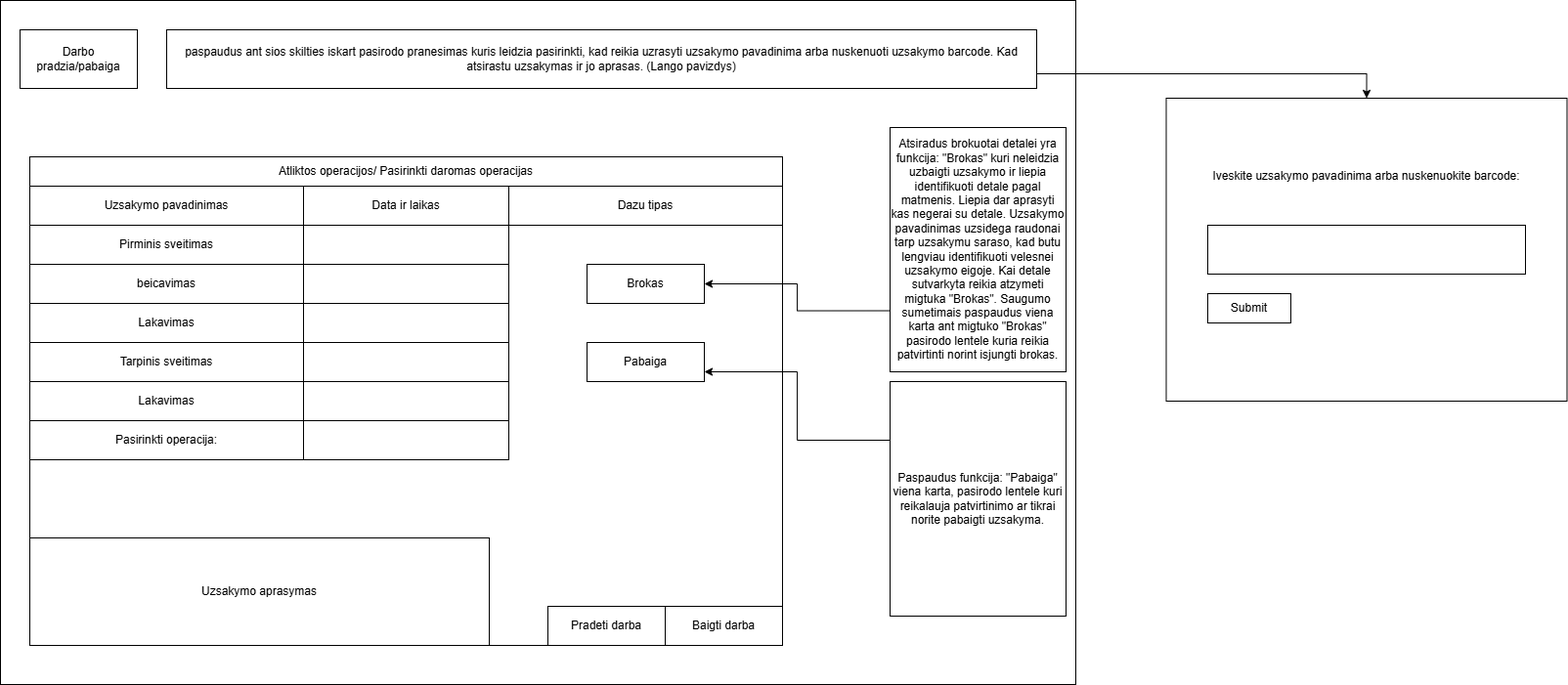
EdvinasAntanaitis/BaigiamasisDarbas keeps this draw.io diagram as WorkStartEnd.png. Above is the earlier version. Source tidied: cells renumbered, new cells last; positions are measured from the earlier drawing's top-left corner, leaving out a move shared by most shapes.
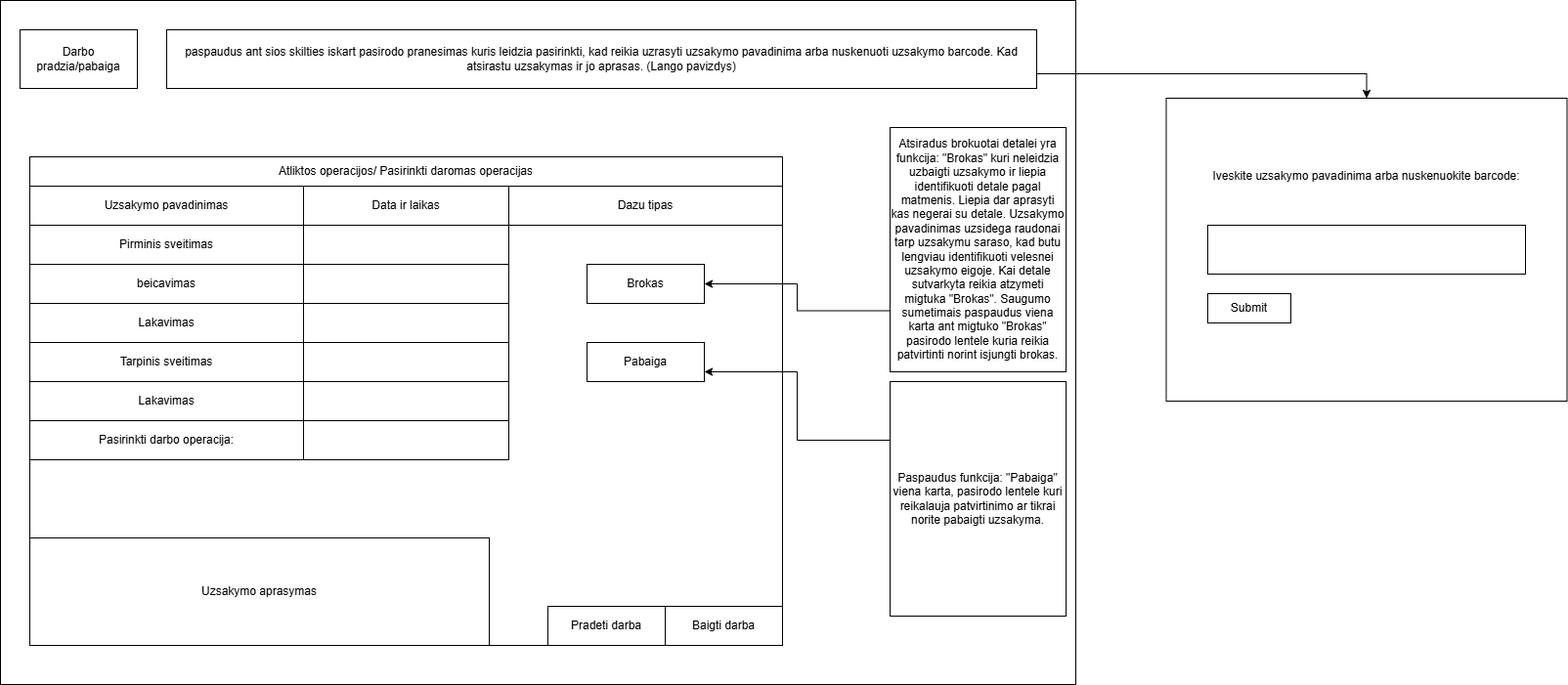
Above is the later version.

The edit, as a diff of the source:
```diff
@@ -83,7 +83,7 @@
     <mxCell id="28" style="rounded=0;whiteSpace=wrap;html=1;" parent="1" vertex="1">
       <mxGeometry x="310" y="430" width="210" height="40" as="geometry" />
     </mxCell>
-    <mxCell id="29" value="Pasirinkti operacija:" style="rounded=0;whiteSpace=wrap;html=1;" parent="1" vertex="1">
+    <mxCell id="29" value="Pasirinkti darbo operacija:" style="rounded=0;whiteSpace=wrap;html=1;" parent="1" vertex="1">
       <mxGeometry x="30" y="430" width="280" height="40" as="geometry" />
     </mxCell>
     <mxCell id="30" style="edgeStyle=orthogonalEdgeStyle;rounded=0;jettySize=auto;html=1;exitX=0;exitY=0.75;exitDx=0;exitDy=0;entryX=1;entryY=0.5;entryDx=0;entryDy=0;" parent="1" edge="1" source="31" target="32">
```
